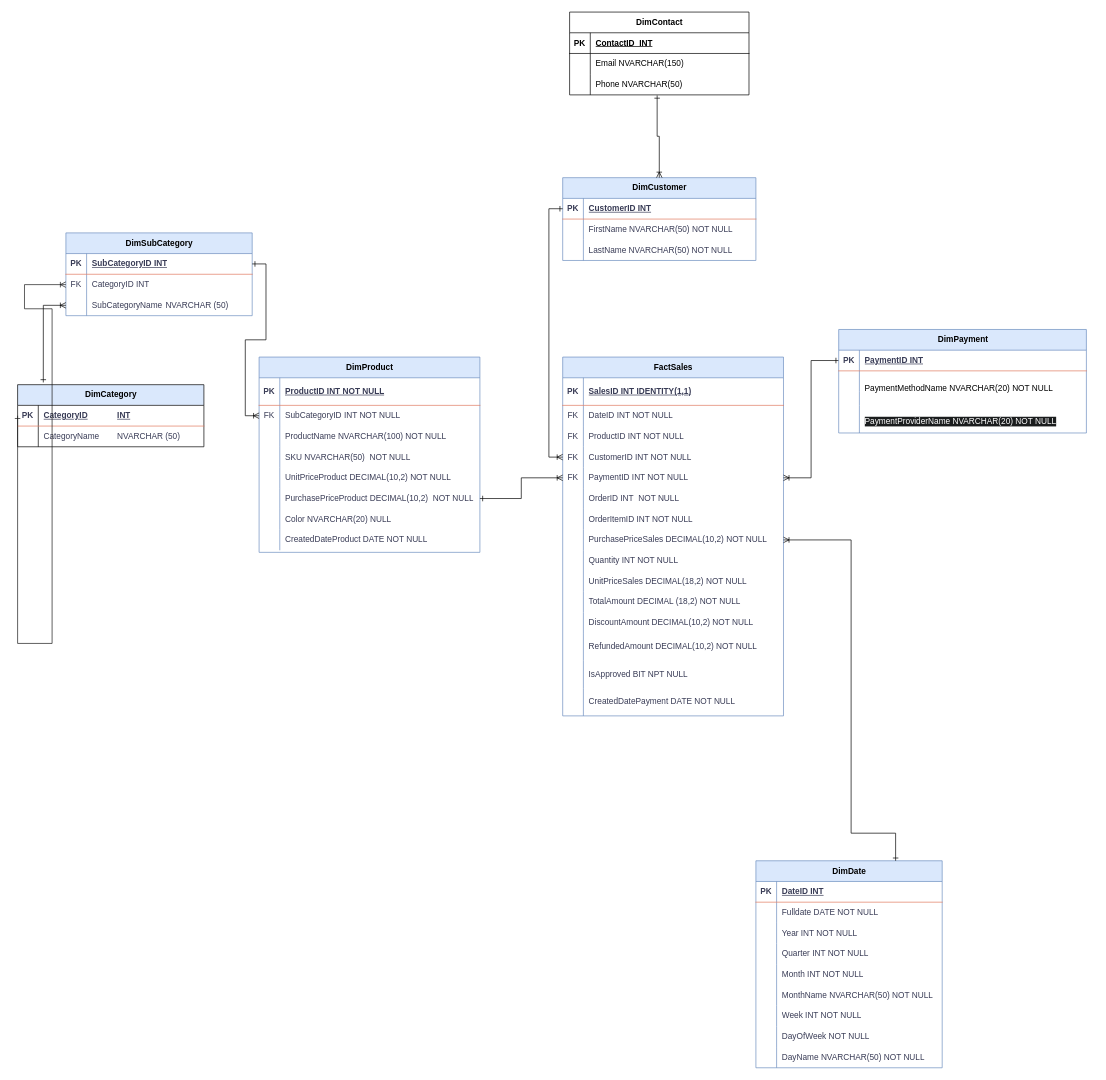
This is page "Snowflake" (2 of 2) of Star and Snowflake - v4.drawio from dargys/KimmosLektion, a draw.io file, before an edit. Source tidied: cells renumbered, new cells numbered last; positions are measured from the earlier drawing's top-left corner, leaving out a move shared by most shapes. Both pictures are drawn from the tidied source at 69%, with x=0, y=0 at pixel (17, 12).
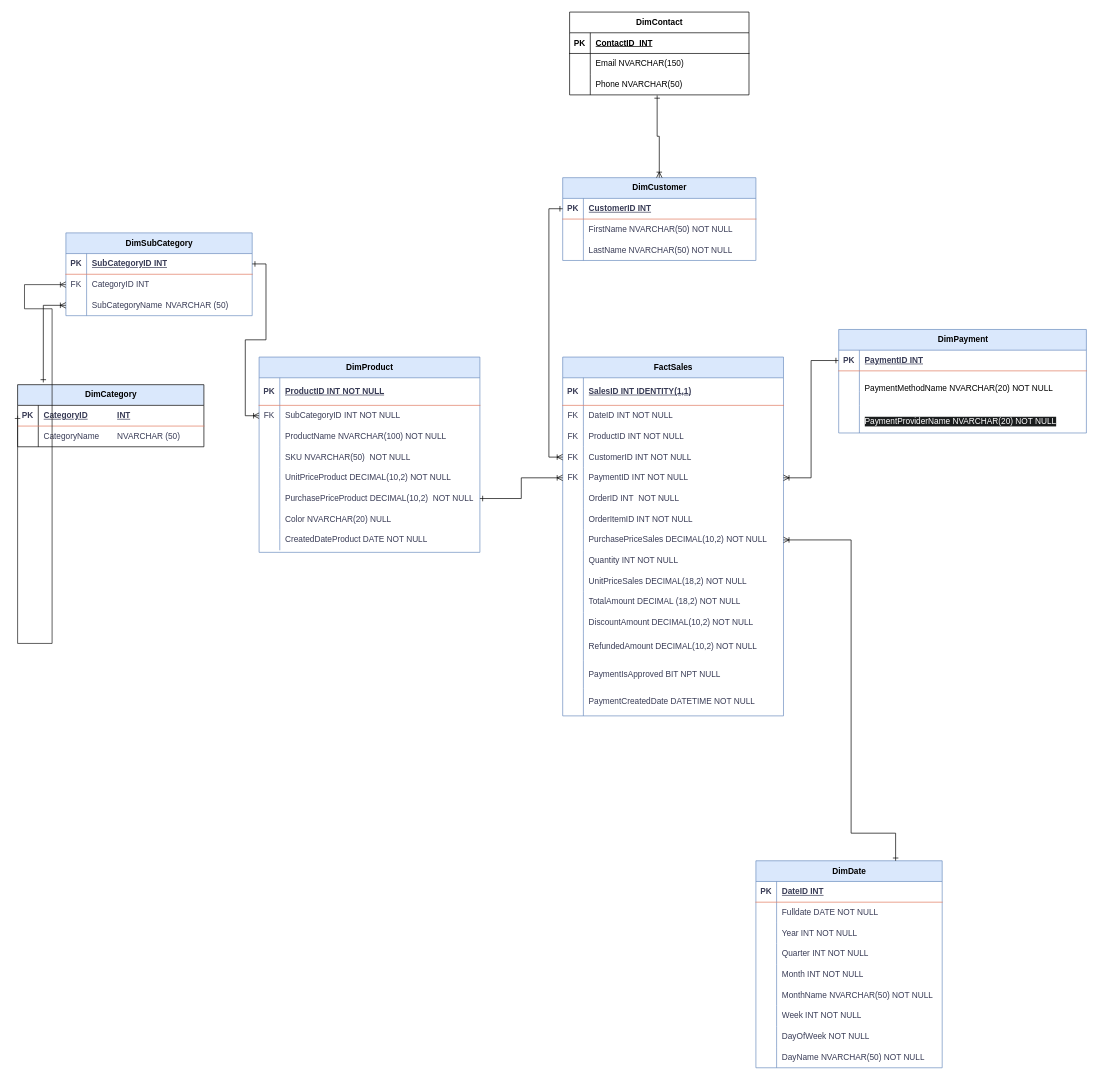
The same diagram, later.

Commit message:
Updated and Corrected ERD Star and Snowflake

The change refers to these unchanged cells:
```xml
<mxCell id="42" style="shape=tableRow;horizontal=0;startSize=0;swimlaneHead=0;swimlaneBody=0;fillColor=none;top=0;left=0;right=0;bottom=0;labelBackgroundColor=none;strokeColor=#E07A5F;fontColor=#393C56;rounded=1;" parent="2" vertex="1">
  <mxGeometry y="440" width="320" height="40" as="geometry" />
</mxCell>
<mxCell id="45" style="shape=tableRow;horizontal=0;startSize=0;swimlaneHead=0;swimlaneBody=0;fillColor=none;top=0;left=0;right=0;bottom=0;labelBackgroundColor=none;strokeColor=#E07A5F;fontColor=#393C56;rounded=1;" parent="2" vertex="1">
  <mxGeometry y="480" width="320" height="40" as="geometry" />
</mxCell>
```

Diff of the diagram source:
```diff
@@
-    <mxCell id="44" value="IsApproved BIT NPT NULL" style="shape=partialRectangle;fillColor=none;top=0;left=0;bottom=0;right=0;align=left;spacingLeft=6;overflow=hidden;whiteSpace=wrap;html=1;labelBackgroundColor=none;strokeColor=#E07A5F;fontColor=#393C56;rounded=1;" parent="42" vertex="1">
+    <mxCell id="44" value="PaymentIsApproved BIT NPT NULL" style="shape=partialRectangle;fillColor=none;top=0;left=0;bottom=0;right=0;align=left;spacingLeft=6;overflow=hidden;whiteSpace=wrap;html=1;labelBackgroundColor=none;strokeColor=#E07A5F;fontColor=#393C56;rounded=1;" parent="42" vertex="1">
       <mxGeometry x="30" width="290" height="40" as="geometry" />
     </mxCell>
@@
-    <mxCell id="47" value="CreatedDatePayment DATE NOT NULL" style="shape=partialRectangle;fillColor=none;top=0;left=0;bottom=0;right=0;align=left;spacingLeft=6;overflow=hidden;whiteSpace=wrap;html=1;labelBackgroundColor=none;strokeColor=#E07A5F;fontColor=#393C56;rounded=1;" parent="45" vertex="1">
+    <mxCell id="47" value="PaymentCreatedDate DATETIME NOT NULL" style="shape=partialRectangle;fillColor=none;top=0;left=0;bottom=0;right=0;align=left;spacingLeft=6;overflow=hidden;whiteSpace=wrap;html=1;labelBackgroundColor=none;strokeColor=#E07A5F;fontColor=#393C56;rounded=1;" parent="45" vertex="1">
       <mxGeometry x="30" width="290" height="40" as="geometry" />
     </mxCell>
```
